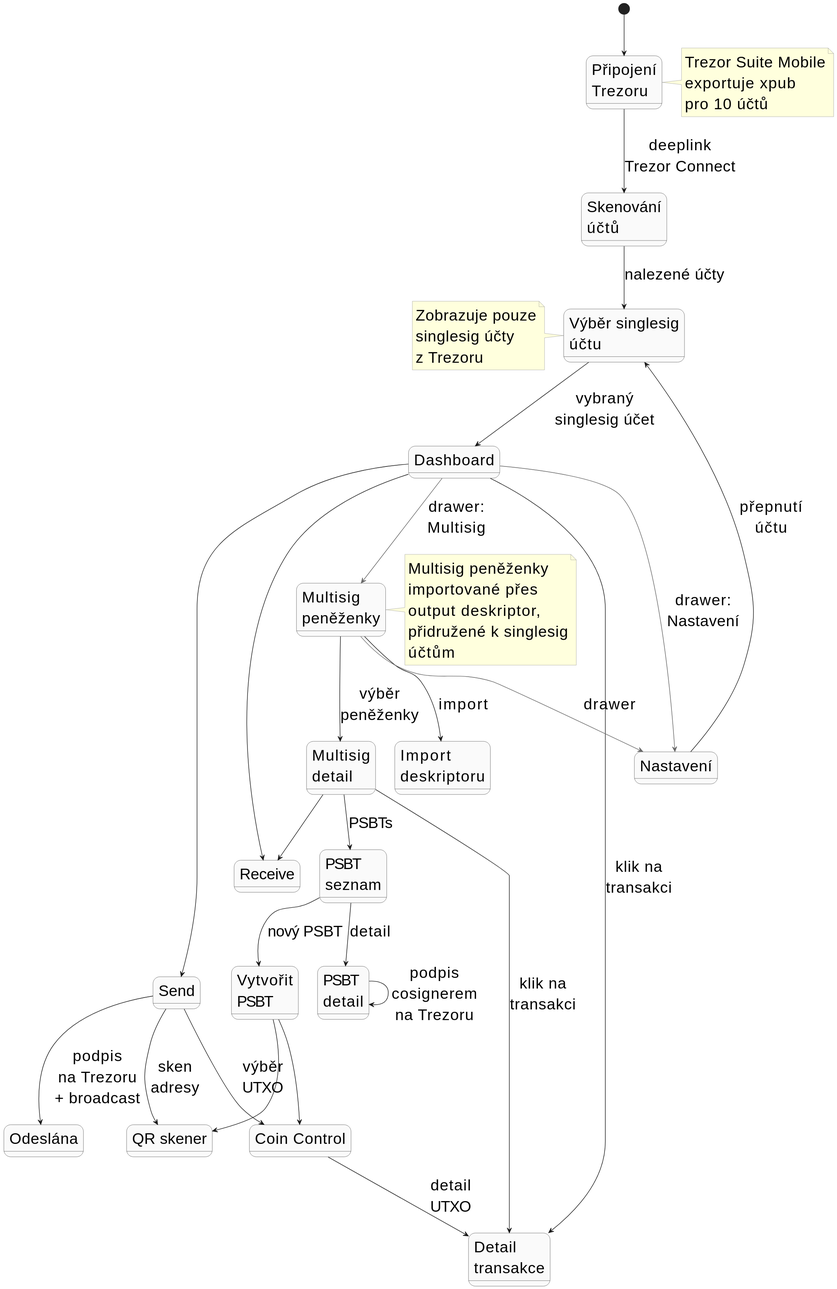
The PlantUML diagram DOCS/thesis/img/navigation.svg in Majny/bitcoin-multisig-wallet, before a commit.
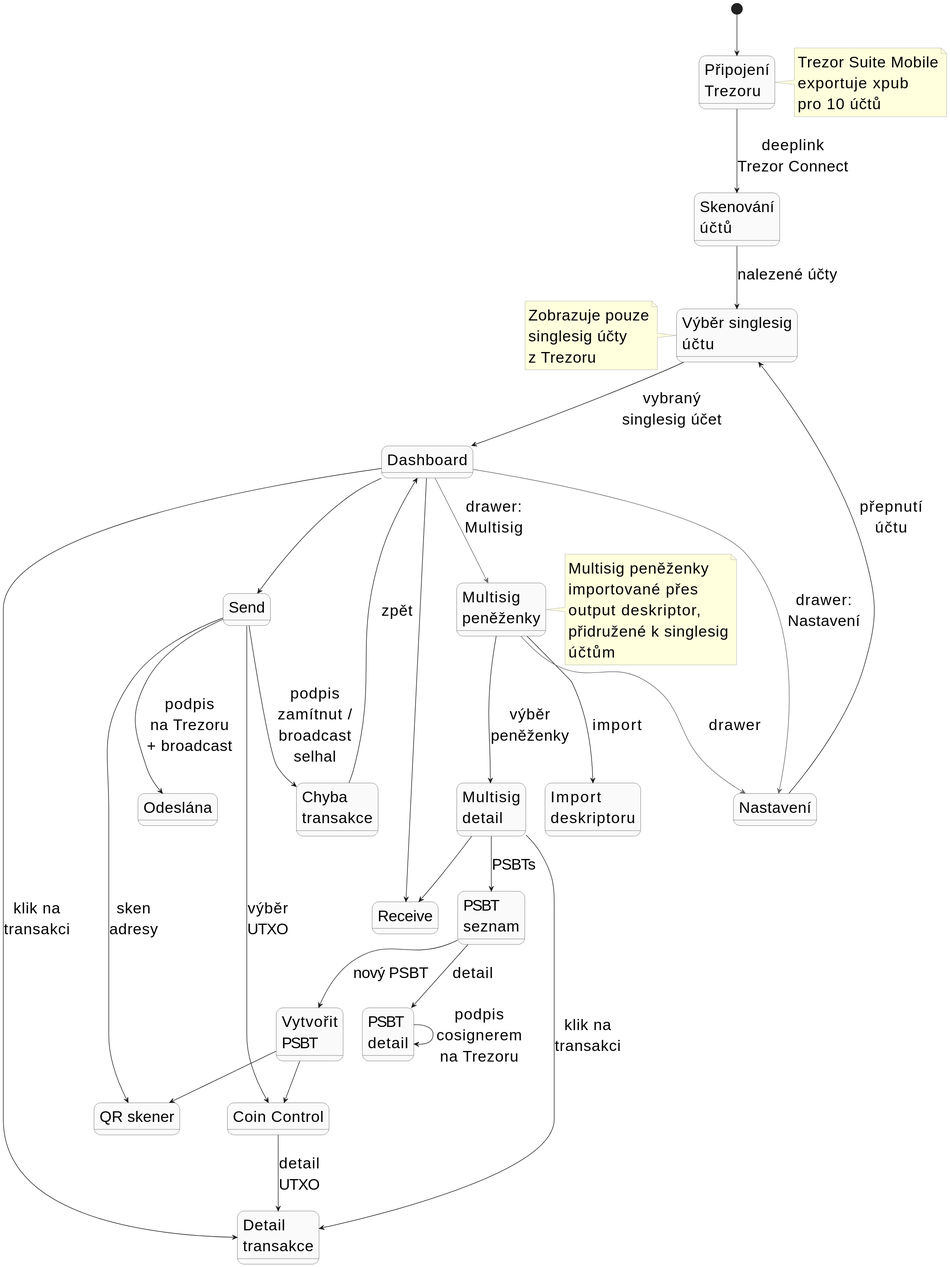
After the change.

The edit, as a diff of the source:
```diff
@@ -25,6 +25,7 @@
 state "Coin Control" as coin
 state "Detail\ntransakce" as txdetail
 state "Odeslána" as txsent
+state "Chyba\ntransakce" as txerror
 
 state "Multisig\npeněženky" as mslist
 state "Import\ndeskriptoru" as import
@@ -49,7 +50,9 @@
 send --> qr : sken\nadresy
 send --> coin : výběr\nUTXO
 send --> txsent : podpis\nna Trezoru\n+ broadcast
+send --> txerror : podpis\nzamítnut /\nbroadcast\nselhal
 coin --> txdetail : detail\nUTXO
+txerror --> dash : zpět
 
 mslist --> msdetail : výběr\npeněženky
 mslist --> import : import
```
